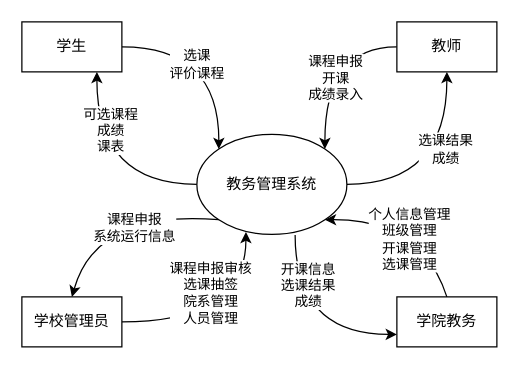
This is 系统设计报告/img/requirements/top.drawio from ap0stader/BUAA_DB, a draw.io file, before an edit. Source tidied: cells renumbered, new cells numbered last; positions are measured from the earlier drawing's top-left corner, leaving out a move shared by most shapes. Both pictures are drawn from the tidied source at 125%, with x=0, y=0 at pixel (21, 21).
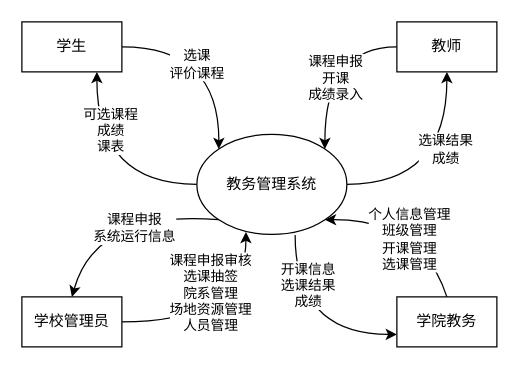
The same page after the edit.

Unchanged cells that the change refers to:
```xml
<mxCell id="14" style="edgeStyle=orthogonalEdgeStyle;rounded=0;jettySize=auto;html=1;exitX=1;exitY=0.5;exitDx=0;exitDy=0;curved=1;fontFamily=宋体-简;entryX=0.327;entryY=0.976;entryDx=0;entryDy=0;entryPerimeter=0;" parent="1" edge="1" source="16" target="9">
  <mxGeometry relative="1" as="geometry" />
</mxCell>
```

Change to the diagram source:
```diff
@@
-    <mxCell id="15" value="&lt;div&gt;课程申报审核&lt;/div&gt;&lt;div&gt;选课抽签&lt;br&gt;&lt;/div&gt;&lt;div&gt;院系管理&lt;/div&gt;人员管理" style="edgeLabel;html=1;align=center;verticalAlign=middle;fontFamily=宋体-简;" parent="14" vertex="1">
+    <mxCell id="15" value="&lt;div&gt;课程申报审核&lt;/div&gt;&lt;div&gt;选课抽签&lt;br&gt;&lt;/div&gt;&lt;div&gt;院系管理&lt;/div&gt;&lt;div&gt;场地资源管理&lt;/div&gt;人员管理" style="edgeLabel;html=1;align=center;verticalAlign=middle;fontFamily=宋体-简;" parent="14" vertex="1">
       <mxGeometry x="0.26" y="1" relative="1" as="geometry">
         <mxPoint x="-28" y="-15" as="offset" />
       </mxGeometry>
     </mxCell>
```
